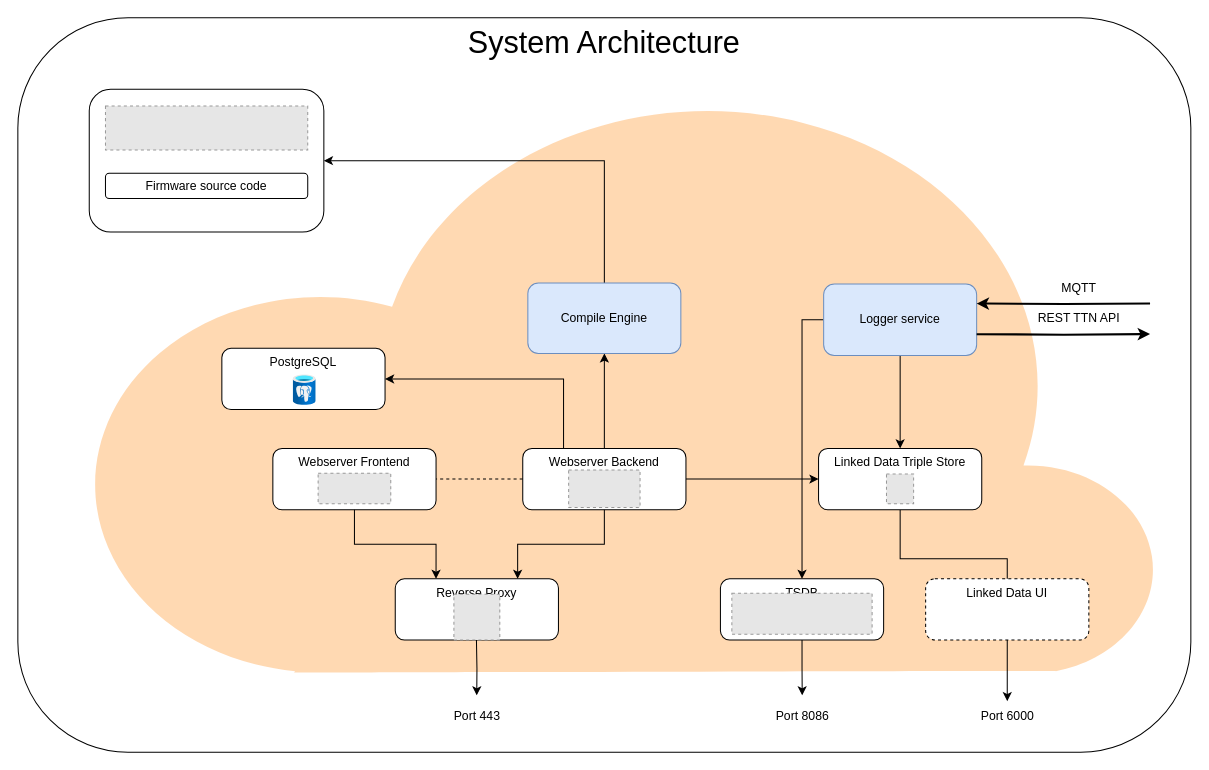
enricocirignaco/infrastructureforsensormanagment keeps this draw.io diagram as docs/diagrams/system_architecture.drawio. Above is the earlier version. Source tidied: cells renumbered, new cells numbered last; positions are measured from the earlier drawing's top-left corner, leaving out a move shared by most shapes. Both pictures are drawn from the tidied source at 102%, with x=0, y=0 at pixel (17, 17). Pictures stored in the file or linked from it are replaced by grey dashed boxes.
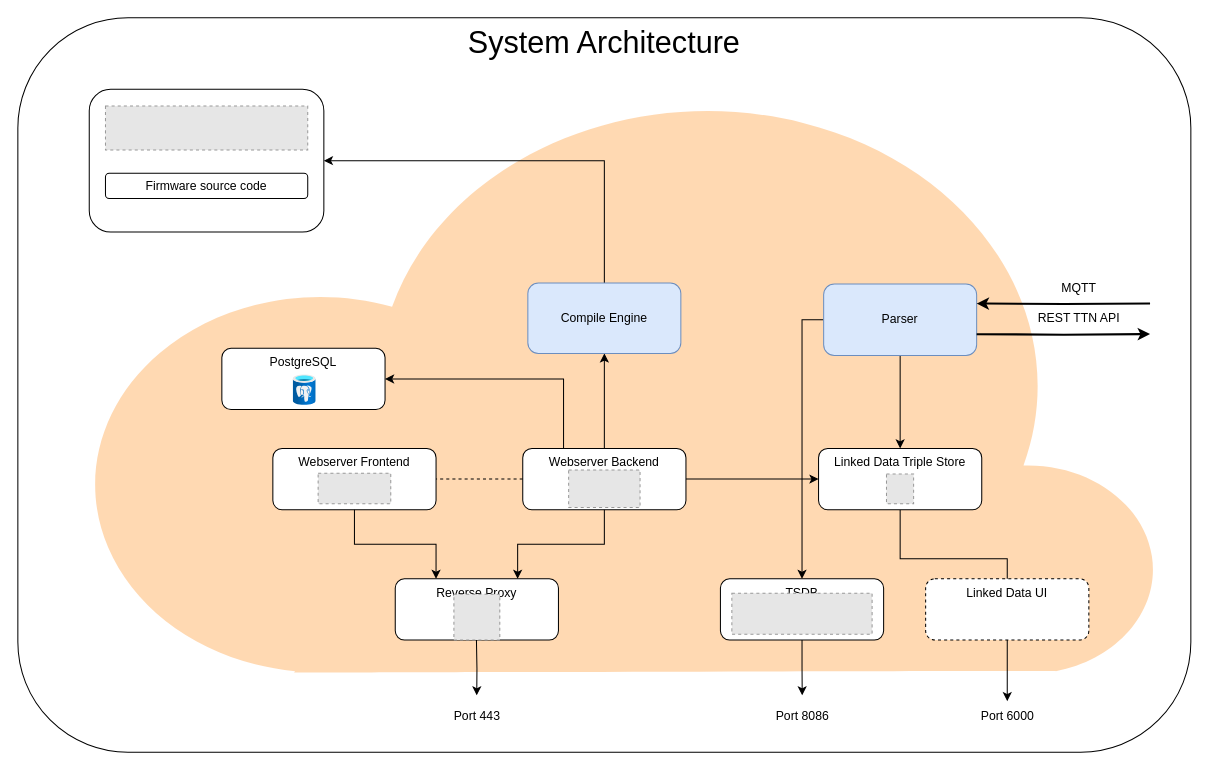
The same diagram, later.

Commit message (it also covers changes not shown here):
compilation workflow diagram

The edit, as a diff of the source:
```diff
@@
-    <mxCell id="9" value="Logger service" style="rounded=1;whiteSpace=wrap;html=1;fillColor=#dae8fc;strokeColor=#6c8ebf;" parent="1" vertex="1">
+    <mxCell id="9" value="Parser" style="rounded=1;whiteSpace=wrap;html=1;fillColor=#dae8fc;strokeColor=#6c8ebf;" parent="1" vertex="1">
       <mxGeometry x="790" y="261" width="150" height="70" as="geometry" />
     </mxCell>
```
